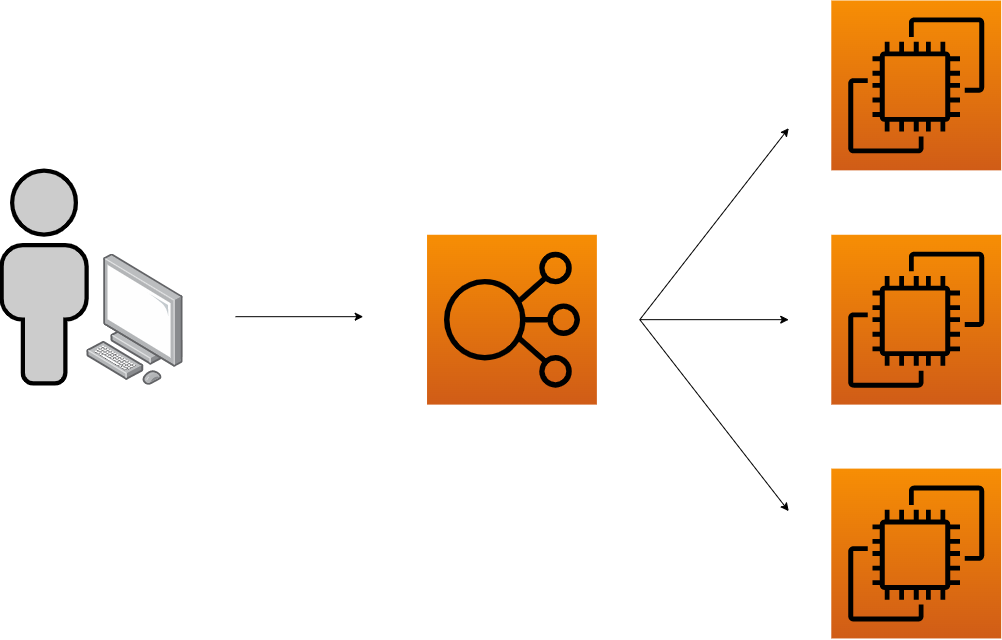
This is images/elb.drawio.png from tiagopala/aws-certified-developer-associate, a draw.io export, as it was before one commit. Source tidied: cells renumbered, new cells last; positions are measured from the earlier drawing's top-left corner, leaving out a move shared by most shapes. Source of this version:
```xml
<mxGraphModel>
  <root>
    <mxCell id="0" />
    <mxCell id="1" parent="0" />
    <mxCell id="2" style="group;" parent="1" vertex="1">
      <mxGeometry width="1000" height="638.3" as="geometry" />
    </mxCell>
    <mxCell id="3" style="html=1;align=center;shadow=0;dashed=0;image;image=img/lib/allied_telesis/computer_and_terminals/Personal_Computer.svg;imageBackground=none;strokeWidth=5;" parent="2" vertex="1">
      <mxGeometry x="85.1" y="253.6" width="96.8" height="131.2" as="geometry" />
    </mxCell>
    <mxCell id="4" style="edgeStyle=orthogonalEdgeStyle;rounded=0;orthogonalLoop=1;jettySize=auto;html=1;" parent="2" edge="1">
      <mxGeometry relative="1" as="geometry">
        <mxPoint x="234" y="316.2" as="sourcePoint" />
        <mxPoint x="361.7" y="316.2" as="targetPoint" />
      </mxGeometry>
    </mxCell>
    <mxCell id="5" style="fontColor=#0066CC;verticalAlign=top;verticalLabelPosition=bottom;labelPosition=center;align=center;html=1;fillColor=#CCCCCC;strokeColor=#000000;gradientColor=none;gradientDirection=north;strokeWidth=2;shape=mxgraph.networks.user_male;" parent="2" vertex="1">
      <mxGeometry y="170.2" width="85.1" height="212.8" as="geometry" />
    </mxCell>
    <mxCell id="6" style="rounded=0;orthogonalLoop=1;jettySize=auto;html=1;" parent="2" edge="1">
      <mxGeometry relative="1" as="geometry">
        <mxPoint x="638.3" y="319.2" as="sourcePoint" />
        <mxPoint x="787.2" y="127.7" as="targetPoint" />
      </mxGeometry>
    </mxCell>
    <mxCell id="7" style="edgeStyle=none;rounded=0;orthogonalLoop=1;jettySize=auto;html=1;" parent="2" edge="1">
      <mxGeometry relative="1" as="geometry">
        <mxPoint x="638.3" y="319.2" as="sourcePoint" />
        <mxPoint x="787.2" y="319.2" as="targetPoint" />
      </mxGeometry>
    </mxCell>
    <mxCell id="8" style="edgeStyle=none;rounded=0;orthogonalLoop=1;jettySize=auto;html=1;" parent="2" edge="1">
      <mxGeometry relative="1" as="geometry">
        <mxPoint x="638.3" y="319.2" as="sourcePoint" />
        <mxPoint x="787.2" y="510.7" as="targetPoint" />
      </mxGeometry>
    </mxCell>
    <mxCell id="9" style="sketch=0;fontColor=#232F3E;gradientColor=#F78E04;gradientDirection=north;fillColor=#D05C17;strokeColor=#000000;dashed=0;verticalLabelPosition=bottom;verticalAlign=top;align=center;html=1;fontSize=12;fontStyle=0;shape=mxgraph.aws4.resourceIcon;resIcon=mxgraph.aws4.elastic_load_balancing;" parent="2" vertex="1">
      <mxGeometry x="425.5" y="234.3" width="169.9" height="169.9" as="geometry" />
    </mxCell>
    <mxCell id="10" style="sketch=0;fontColor=#232F3E;gradientColor=#F78E04;gradientDirection=north;fillColor=#D05C17;strokeColor=#000000;dashed=0;verticalLabelPosition=bottom;verticalAlign=top;align=center;html=1;fontSize=12;fontStyle=0;shape=mxgraph.aws4.resourceIcon;resIcon=mxgraph.aws4.ec2;" parent="2" vertex="1">
      <mxGeometry x="829.8" width="169.9" height="169.9" as="geometry" />
    </mxCell>
    <mxCell id="11" style="sketch=0;fontColor=#232F3E;gradientColor=#F78E04;gradientDirection=north;fillColor=#D05C17;strokeColor=#000000;dashed=0;verticalLabelPosition=bottom;verticalAlign=top;align=center;html=1;fontSize=12;fontStyle=0;shape=mxgraph.aws4.resourceIcon;resIcon=mxgraph.aws4.ec2;" parent="2" vertex="1">
      <mxGeometry x="829.8" y="234.3" width="169.9" height="169.9" as="geometry" />
    </mxCell>
    <mxCell id="12" style="sketch=0;fontColor=#232F3E;gradientColor=#F78E04;gradientDirection=north;fillColor=#D05C17;strokeColor=#000000;dashed=0;verticalLabelPosition=bottom;verticalAlign=top;align=center;html=1;fontSize=12;fontStyle=0;shape=mxgraph.aws4.resourceIcon;resIcon=mxgraph.aws4.ec2;" parent="2" vertex="1">
      <mxGeometry x="829.8" y="468.1" width="169.9" height="169.9" as="geometry" />
    </mxCell>
  </root>
</mxGraphModel>
```
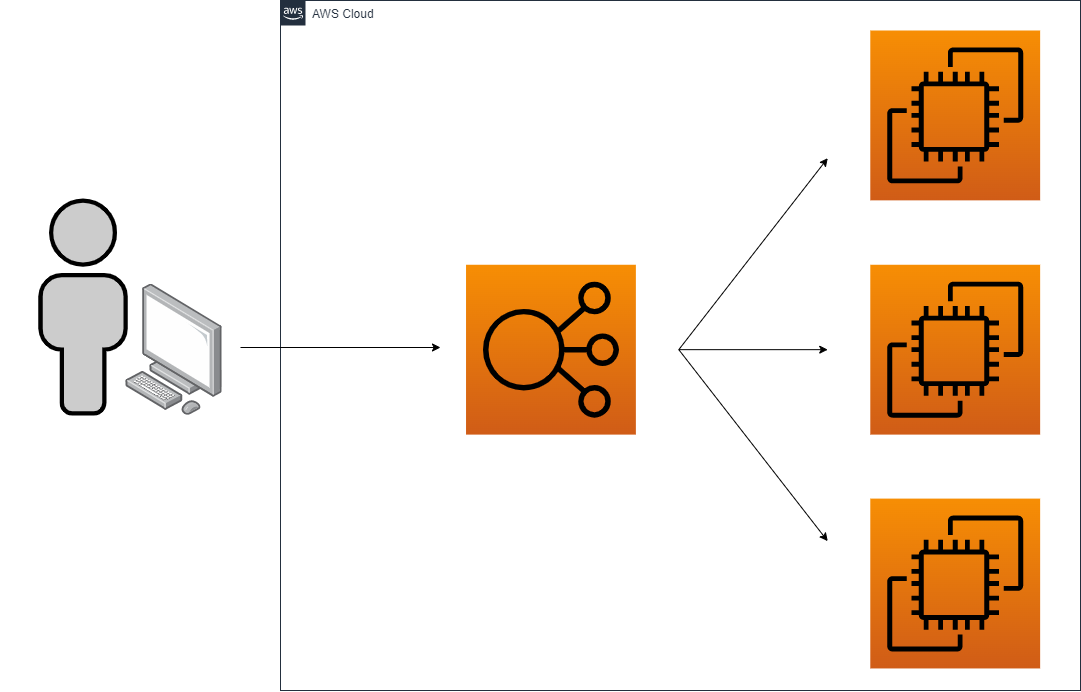
After the change.

What changed in the source:
```diff
@@ -2,50 +2,53 @@
   <root>
     <mxCell id="0" />
     <mxCell id="1" parent="0" />
-    <mxCell id="2" style="group;" parent="1" vertex="1">
-      <mxGeometry width="1000" height="638.3" as="geometry" />
-    </mxCell>
+    <mxCell id="13" style="rounded=0;whiteSpace=wrap;html=1;fontColor=#000000;strokeColor=none;strokeWidth=1;" parent="1" vertex="1">
+      <mxGeometry x="-40" y="-30" width="1080" height="690" as="geometry" />
+    </mxCell>
+    <mxCell id="14" value="AWS Cloud" style="gradientColor=none;html=1;whiteSpace=wrap;fontSize=12;fontStyle=0;shape=mxgraph.aws4.group;grIcon=mxgraph.aws4.group_aws_cloud_alt;strokeColor=#232F3E;fillColor=none;verticalAlign=top;align=left;spacingLeft=30;fontColor=#232F3E;dashed=0;" parent="1" vertex="1">
+      <mxGeometry x="240" y="-30" width="800" height="690" as="geometry" />
+    </mxCell>
-    <mxCell id="3" style="html=1;align=center;shadow=0;dashed=0;image;image=img/lib/allied_telesis/computer_and_terminals/Personal_Computer.svg;imageBackground=none;strokeWidth=5;" parent="2" vertex="1">
+    <mxCell id="3" style="html=1;align=center;shadow=0;dashed=0;image;image=img/lib/allied_telesis/computer_and_terminals/Personal_Computer.svg;imageBackground=none;strokeWidth=5;fontColor=#000000;" parent="1" vertex="1">
       <mxGeometry x="85.1" y="253.6" width="96.8" height="131.2" as="geometry" />
     </mxCell>
-    <mxCell id="4" style="edgeStyle=orthogonalEdgeStyle;rounded=0;orthogonalLoop=1;jettySize=auto;html=1;" parent="2" edge="1">
-      <mxGeometry relative="1" as="geometry">
-        <mxPoint x="234" y="316.2" as="sourcePoint" />
-        <mxPoint x="361.7" y="316.2" as="targetPoint" />
-      </mxGeometry>
-    </mxCell>
-    <mxCell id="5" style="fontColor=#0066CC;verticalAlign=top;verticalLabelPosition=bottom;labelPosition=center;align=center;html=1;fillColor=#CCCCCC;strokeColor=#000000;gradientColor=none;gradientDirection=north;strokeWidth=2;shape=mxgraph.networks.user_male;" parent="2" vertex="1">
+    <mxCell id="5" style="fontColor=#0066CC;verticalAlign=top;verticalLabelPosition=bottom;labelPosition=center;align=center;html=1;fillColor=#CCCCCC;strokeColor=#000000;gradientColor=none;gradientDirection=north;strokeWidth=2;shape=mxgraph.networks.user_male;" parent="1" vertex="1">
       <mxGeometry y="170.2" width="85.1" height="212.8" as="geometry" />
     </mxCell>
-    <mxCell id="6" style="rounded=0;orthogonalLoop=1;jettySize=auto;html=1;" parent="2" edge="1">
+    <mxCell id="6" style="rounded=0;orthogonalLoop=1;jettySize=auto;html=1;" parent="1" edge="1">
       <mxGeometry relative="1" as="geometry">
         <mxPoint x="638.3" y="319.2" as="sourcePoint" />
         <mxPoint x="787.2" y="127.7" as="targetPoint" />
       </mxGeometry>
     </mxCell>
-    <mxCell id="7" style="edgeStyle=none;rounded=0;orthogonalLoop=1;jettySize=auto;html=1;" parent="2" edge="1">
+    <mxCell id="7" style="edgeStyle=none;rounded=0;orthogonalLoop=1;jettySize=auto;html=1;" parent="1" edge="1">
       <mxGeometry relative="1" as="geometry">
         <mxPoint x="638.3" y="319.2" as="sourcePoint" />
         <mxPoint x="787.2" y="319.2" as="targetPoint" />
       </mxGeometry>
     </mxCell>
-    <mxCell id="8" style="edgeStyle=none;rounded=0;orthogonalLoop=1;jettySize=auto;html=1;" parent="2" edge="1">
+    <mxCell id="8" style="edgeStyle=none;rounded=0;orthogonalLoop=1;jettySize=auto;html=1;" parent="1" edge="1">
       <mxGeometry relative="1" as="geometry">
         <mxPoint x="638.3" y="319.2" as="sourcePoint" />
         <mxPoint x="787.2" y="510.7" as="targetPoint" />
       </mxGeometry>
     </mxCell>
-    <mxCell id="9" style="sketch=0;fontColor=#232F3E;gradientColor=#F78E04;gradientDirection=north;fillColor=#D05C17;strokeColor=#000000;dashed=0;verticalLabelPosition=bottom;verticalAlign=top;align=center;html=1;fontSize=12;fontStyle=0;shape=mxgraph.aws4.resourceIcon;resIcon=mxgraph.aws4.elastic_load_balancing;" parent="2" vertex="1">
+    <mxCell id="9" style="sketch=0;fontColor=#232F3E;gradientColor=#F78E04;gradientDirection=north;fillColor=#D05C17;strokeColor=#000000;dashed=0;verticalLabelPosition=bottom;verticalAlign=top;align=center;html=1;fontSize=12;fontStyle=0;shape=mxgraph.aws4.resourceIcon;resIcon=mxgraph.aws4.elastic_load_balancing;" parent="1" vertex="1">
       <mxGeometry x="425.5" y="234.3" width="169.9" height="169.9" as="geometry" />
     </mxCell>
-    <mxCell id="10" style="sketch=0;fontColor=#232F3E;gradientColor=#F78E04;gradientDirection=north;fillColor=#D05C17;strokeColor=#000000;dashed=0;verticalLabelPosition=bottom;verticalAlign=top;align=center;html=1;fontSize=12;fontStyle=0;shape=mxgraph.aws4.resourceIcon;resIcon=mxgraph.aws4.ec2;" parent="2" vertex="1">
+    <mxCell id="10" style="sketch=0;fontColor=#232F3E;gradientColor=#F78E04;gradientDirection=north;fillColor=#D05C17;strokeColor=#000000;dashed=0;verticalLabelPosition=bottom;verticalAlign=top;align=center;html=1;fontSize=12;fontStyle=0;shape=mxgraph.aws4.resourceIcon;resIcon=mxgraph.aws4.ec2;" parent="1" vertex="1">
       <mxGeometry x="829.8" width="169.9" height="169.9" as="geometry" />
     </mxCell>
-    <mxCell id="11" style="sketch=0;fontColor=#232F3E;gradientColor=#F78E04;gradientDirection=north;fillColor=#D05C17;strokeColor=#000000;dashed=0;verticalLabelPosition=bottom;verticalAlign=top;align=center;html=1;fontSize=12;fontStyle=0;shape=mxgraph.aws4.resourceIcon;resIcon=mxgraph.aws4.ec2;" parent="2" vertex="1">
+    <mxCell id="11" style="sketch=0;fontColor=#232F3E;gradientColor=#F78E04;gradientDirection=north;fillColor=#D05C17;strokeColor=#000000;dashed=0;verticalLabelPosition=bottom;verticalAlign=top;align=center;html=1;fontSize=12;fontStyle=0;shape=mxgraph.aws4.resourceIcon;resIcon=mxgraph.aws4.ec2;" parent="1" vertex="1">
       <mxGeometry x="829.8" y="234.3" width="169.9" height="169.9" as="geometry" />
     </mxCell>
-    <mxCell id="12" style="sketch=0;fontColor=#232F3E;gradientColor=#F78E04;gradientDirection=north;fillColor=#D05C17;strokeColor=#000000;dashed=0;verticalLabelPosition=bottom;verticalAlign=top;align=center;html=1;fontSize=12;fontStyle=0;shape=mxgraph.aws4.resourceIcon;resIcon=mxgraph.aws4.ec2;" parent="2" vertex="1">
+    <mxCell id="12" style="sketch=0;fontColor=#232F3E;gradientColor=#F78E04;gradientDirection=north;fillColor=#D05C17;strokeColor=#000000;dashed=0;verticalLabelPosition=bottom;verticalAlign=top;align=center;html=1;fontSize=12;fontStyle=0;shape=mxgraph.aws4.resourceIcon;resIcon=mxgraph.aws4.ec2;" parent="1" vertex="1">
       <mxGeometry x="829.8" y="468.1" width="169.9" height="169.9" as="geometry" />
     </mxCell>
+    <mxCell id="4" style="edgeStyle=orthogonalEdgeStyle;rounded=0;orthogonalLoop=1;jettySize=auto;html=1;" parent="1" edge="1">
+      <mxGeometry relative="1" as="geometry">
+        <mxPoint x="200" y="317" as="sourcePoint" />
+        <mxPoint x="400" y="317" as="targetPoint" />
+      </mxGeometry>
+    </mxCell>
   </root>
 </mxGraphModel>
```
